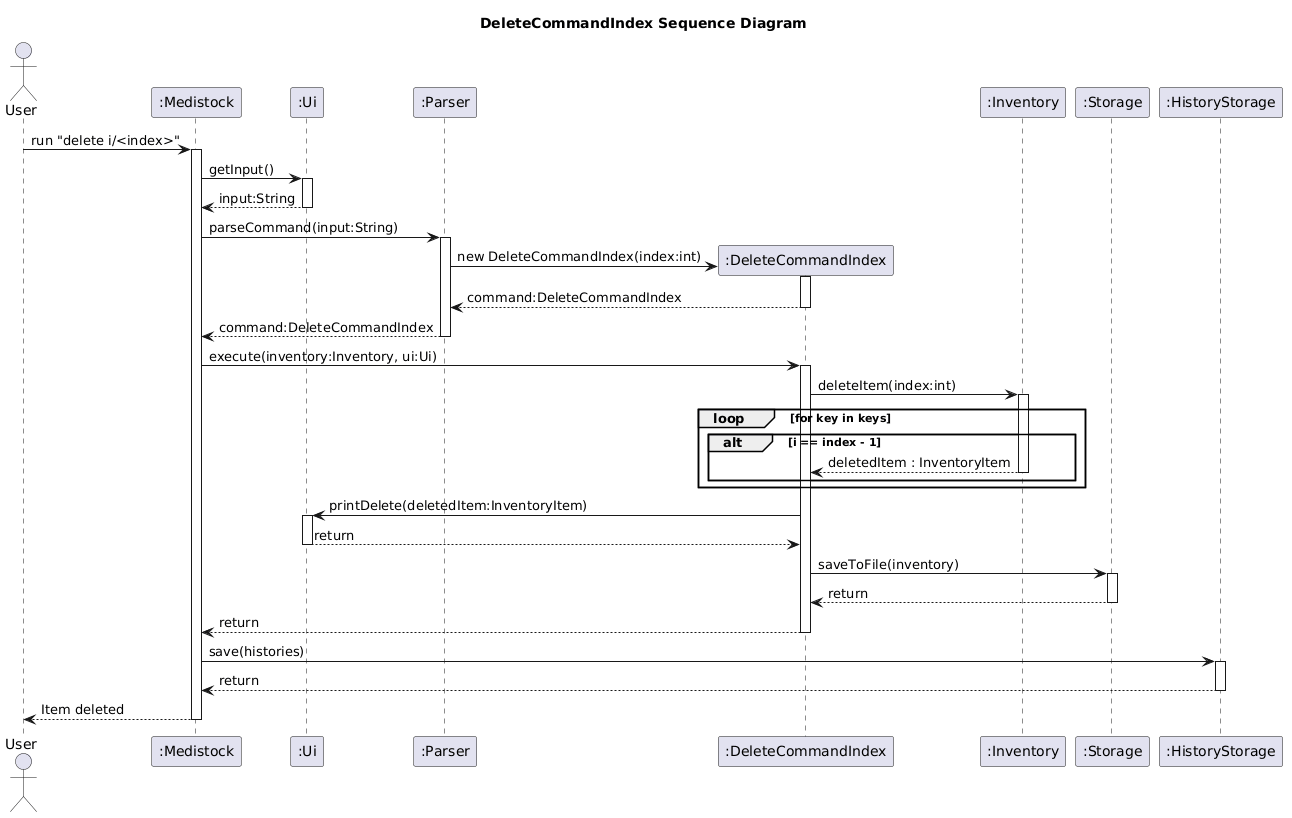
Earlier version of the PlantUML export docs/diagrams/DeleteCommandIndex_SequenceDiagram.png (Yonish18/tp).
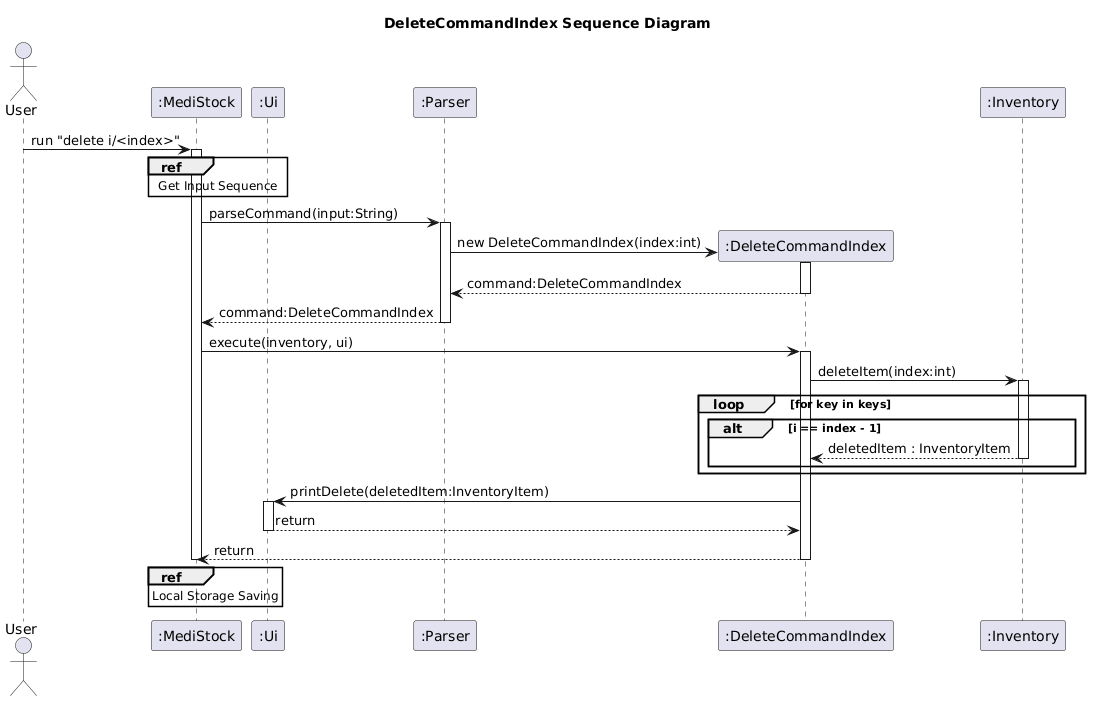
Above is the later version.

Diff of the diagram source:
```diff
@@ -2,21 +2,17 @@
 title DeleteCommandIndex Sequence Diagram
 
 actor User
-participant ":Medistock" as App
+participant ":MediStock" as App
 participant ":Ui" as Ui
 participant ":Parser" as Parser
 participant ":DeleteCommandIndex" as DeleteCommandIndex
 participant ":Inventory" as Inventory
-participant ":Storage" as Storage
-participant ":HistoryStorage" as HistoryStorage
 
 User -> App : run "delete i/<index>"
 activate App
-
-App -> Ui : getInput()
-activate Ui
-Ui --> App : input:String
-deactivate Ui
+ref over App, Ui
+    Get Input Sequence
+end
 
 App -> Parser : parseCommand(input:String)
 activate Parser
@@ -30,7 +26,7 @@
 Parser --> App : command:DeleteCommandIndex
 deactivate Parser
 
-App -> DeleteCommandIndex : execute(inventory:Inventory, ui:Ui)
+App -> DeleteCommandIndex : execute(inventory, ui)
 activate DeleteCommandIndex
 
 DeleteCommandIndex -> Inventory : deleteItem(index:int)
@@ -49,19 +45,11 @@
 Ui --> DeleteCommandIndex : return
 deactivate Ui
 
-DeleteCommandIndex -> Storage : saveToFile(inventory)
-activate Storage
-Storage --> DeleteCommandIndex : return
-deactivate Storage
-
 DeleteCommandIndex --> App : return
 deactivate DeleteCommandIndex
+ref over App
+    Local Storage Saving
+end
 
-App -> HistoryStorage : save(histories)
-activate HistoryStorage
-HistoryStorage --> App : return
-deactivate HistoryStorage
-
-App --> User : Item deleted
 deactivate App
 @enduml
```
